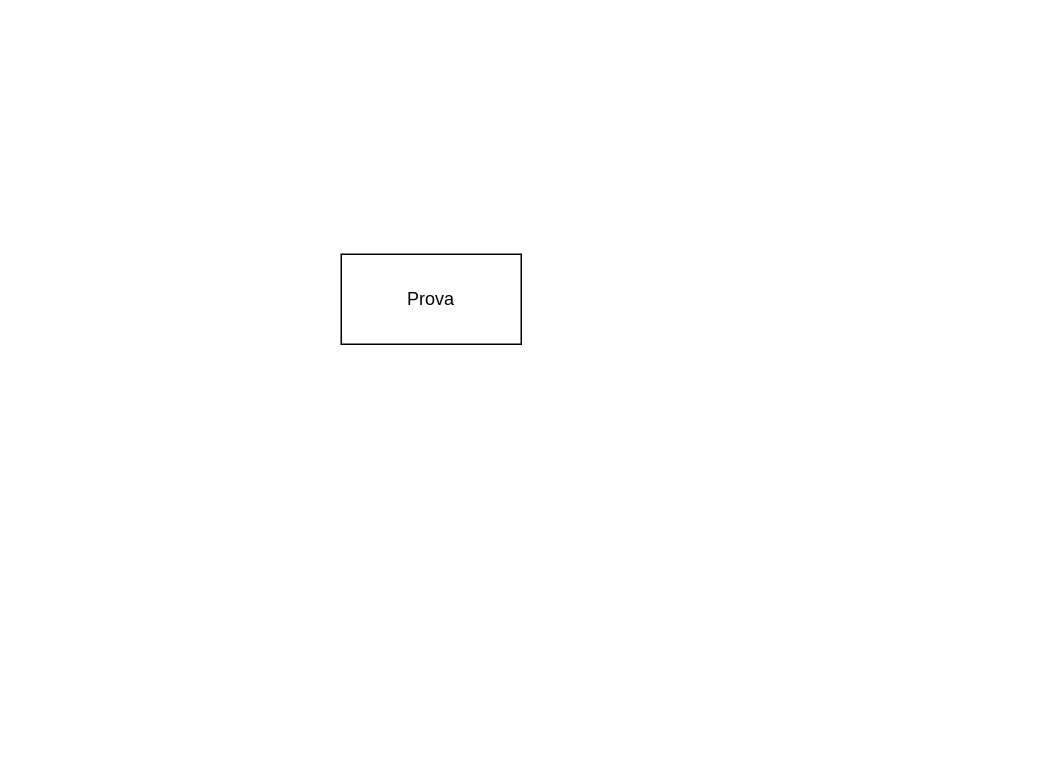
The draw.io diagram Algorithms and Data Structures/Diagramma senza titolo.drawio in Fede046/Notes-Uni, before the edit. Source tidied: cells renumbered, new cells numbered last; positions are measured from the earlier drawing's top-left corner, leaving out a move shared by most shapes. Both pictures are drawn from the tidied source at 150%, with x=0, y=0 at pixel (340, 254).
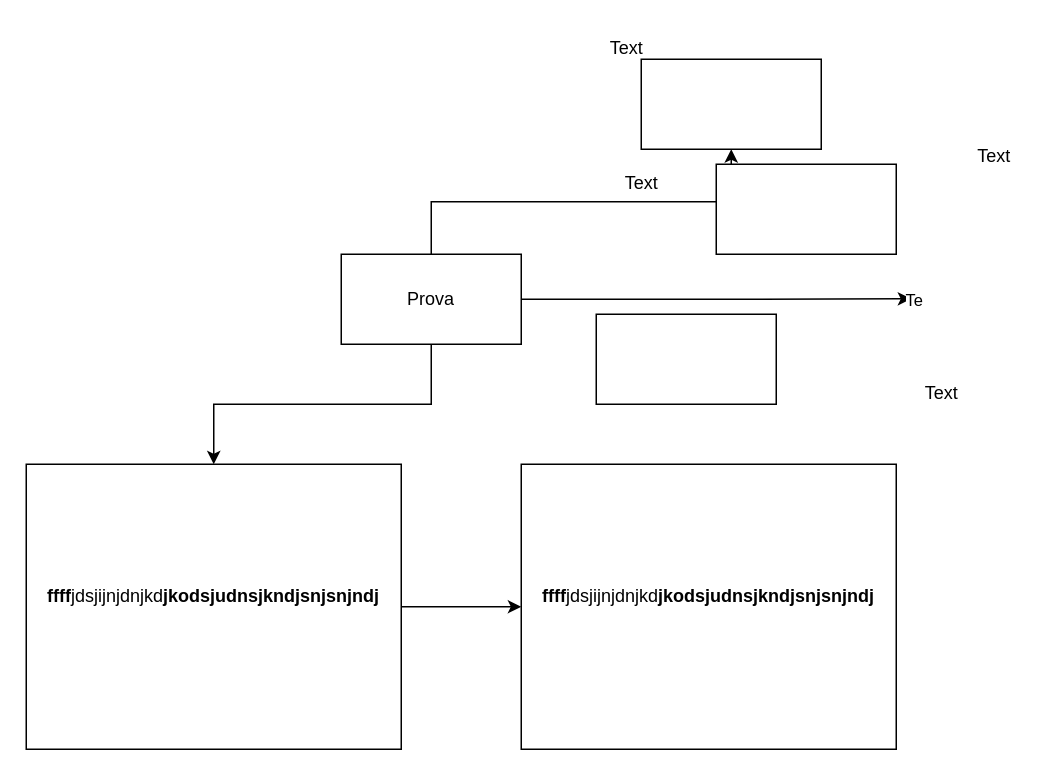
The same page after the edit.

What changed in the source:
```diff
@@
 <mxGraphModel>
   <root>
     <mxCell id="0" />
     <mxCell id="1" parent="0" />
+    <mxCell id="3" style="edgeStyle=orthogonalEdgeStyle;rounded=0;jettySize=auto;html=1;" parent="1" edge="1" source="2" target="8">
+      <mxGeometry relative="1" as="geometry" />
+    </mxCell>
+    <mxCell id="4" style="edgeStyle=orthogonalEdgeStyle;rounded=0;jettySize=auto;html=1;exitX=0.5;exitY=0;exitDx=0;exitDy=0;" parent="1" edge="1" source="2" target="13">
+      <mxGeometry relative="1" as="geometry" />
+    </mxCell>
+    <mxCell id="5" style="edgeStyle=orthogonalEdgeStyle;rounded=0;jettySize=auto;html=1;exitX=1;exitY=0.5;exitDx=0;exitDy=0;" parent="1" edge="1" source="2">
+      <mxGeometry relative="1" as="geometry">
+        <mxPoint x="380" y="29.7" as="targetPoint" />
+      </mxGeometry>
+    </mxCell>
+    <mxCell id="6" value="Te" style="edgeLabel;html=1;align=center;verticalAlign=middle;" parent="5" vertex="1">
+      <mxGeometry x="1" y="-2" relative="1" as="geometry">
+        <mxPoint x="2" y="-1" as="offset" />
+      </mxGeometry>
+    </mxCell>
     <mxCell id="2" value="Prova" style="rounded=0;whiteSpace=wrap;html=1;" parent="1" vertex="1">
       <mxGeometry width="120" height="60" as="geometry" />
     </mxCell>
+    <mxCell id="7" style="edgeStyle=orthogonalEdgeStyle;rounded=0;jettySize=auto;html=1;" parent="1" edge="1" source="8" target="9">
+      <mxGeometry relative="1" as="geometry" />
+    </mxCell>
+    <mxCell id="8" value="&lt;b&gt;ffff&lt;/b&gt;jdsjijnjdnjkd&lt;b&gt;jkodsjudnsjkndjsnjsnjndj&lt;br&gt;&lt;br&gt;&lt;/b&gt;" style="rounded=0;whiteSpace=wrap;html=1;rotation=0;" parent="1" vertex="1">
+      <mxGeometry x="-210" y="140" width="250" height="190" as="geometry" />
+    </mxCell>
+    <mxCell id="9" value="&lt;b&gt;ffff&lt;/b&gt;jdsjijnjdnjkd&lt;b&gt;jkodsjudnsjkndjsnjsnjndj&lt;br&gt;&lt;br&gt;&lt;/b&gt;" style="rounded=0;whiteSpace=wrap;html=1;rotation=0;" parent="1" vertex="1">
+      <mxGeometry x="120" y="140" width="250" height="190" as="geometry" />
+    </mxCell>
+    <mxCell id="10" value="Text" style="text;html=1;align=center;verticalAlign=middle;strokeColor=none;fillColor=none;" parent="1" vertex="1">
+      <mxGeometry x="410" y="-80" width="50" height="30" as="geometry" />
+    </mxCell>
+    <mxCell id="11" value="Text" style="text;html=1;align=center;verticalAlign=middle;strokeColor=none;fillColor=none;" parent="1" vertex="1">
+      <mxGeometry x="165" y="-152" width="50" height="30" as="geometry" />
+    </mxCell>
+    <mxCell id="12" value="Text" style="text;html=1;align=center;verticalAlign=middle;strokeColor=none;fillColor=none;" parent="1" vertex="1">
+      <mxGeometry x="175" y="-62" width="50" height="30" as="geometry" />
+    </mxCell>
+    <mxCell id="13" style="whiteSpace=wrap;html=1;" parent="1" vertex="1">
+      <mxGeometry x="200" y="-130" width="120" height="60" as="geometry" />
+    </mxCell>
+    <mxCell id="14" style="whiteSpace=wrap;html=1;" parent="1" vertex="1">
+      <mxGeometry x="250" y="-60" width="120" height="60" as="geometry" />
+    </mxCell>
+    <mxCell id="15" value="Text" style="text;html=1;align=center;verticalAlign=middle;strokeColor=none;fillColor=none;" parent="1" vertex="1">
+      <mxGeometry x="375" y="78" width="50" height="30" as="geometry" />
+    </mxCell>
+    <mxCell id="16" style="whiteSpace=wrap;html=1;" parent="1" vertex="1">
+      <mxGeometry x="170" y="40" width="120" height="60" as="geometry" />
+    </mxCell>
   </root>
 </mxGraphModel>
```
